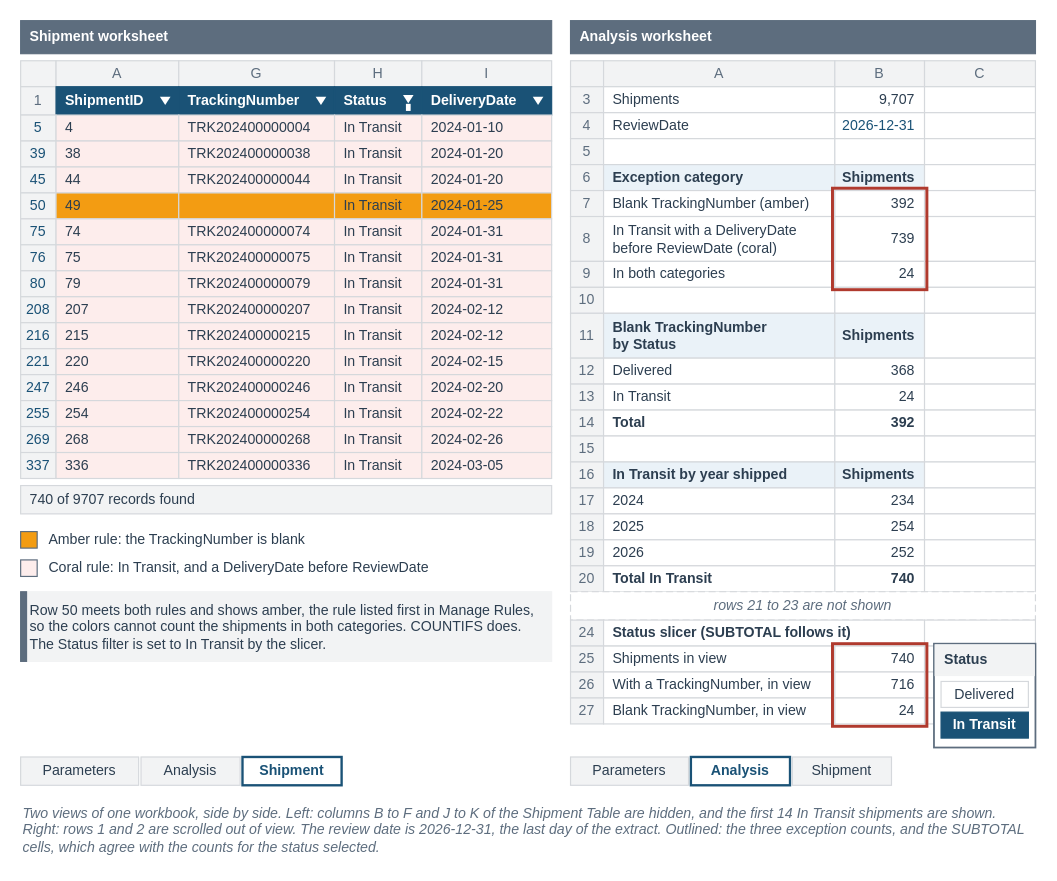
This is facts/instructor/figures/chapter-04-excel-essentials/IF-04-5-A.drawio from mmcodesso/Accounting_Analytics_Book, a draw.io file, before an edit. Source tidied: cells renumbered, new cells numbered last; positions are measured from the earlier drawing's top-left corner, leaving out a move shared by most shapes. Both pictures are drawn from the tidied source at 118%, with x=0, y=0 at pixel (20, 20).
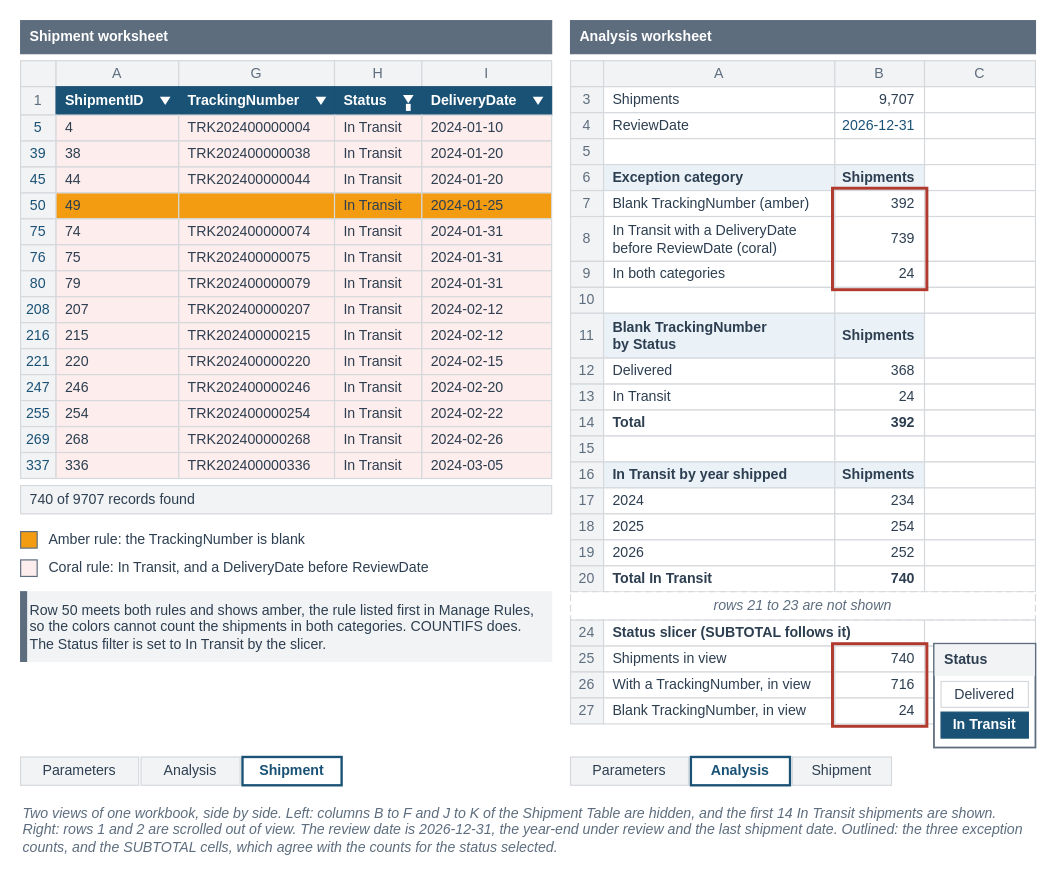
After the change.

What changed in the source:
```diff
@@
-    <mxCell id="199" value="&lt;i&gt;Two views of one workbook, side by side. Left: columns B to F and J to K of the Shipment Table are hidden, and the first 14 In Transit shipments are shown. Right: rows 1 and 2 are scrolled out of view. The review date is 2026-12-31, the last day of the extract. Outlined: the three exception counts, and the SUBTOTAL cells, which agree with the counts for the status selected.&lt;/i&gt;" style="text;html=1;whiteSpace=wrap;align=left;verticalAlign=top;fontSize=12;fontColor=#5D6D7E;fontStyle=0;fontFamily=Helvetica;spacing=2;fillColor=none;strokeColor=none;" parent="1" vertex="1">
+    <mxCell id="199" value="&lt;i&gt;Two views of one workbook, side by side. Left: columns B to F and J to K of the Shipment Table are hidden, and the first 14 In Transit shipments are shown. Right: rows 1 and 2 are scrolled out of view. The review date is 2026-12-31, the year-end under review and the last shipment date. Outlined: the three exception counts, and the SUBTOTAL cells, which agree with the counts for the status selected.&lt;/i&gt;" style="text;html=1;whiteSpace=wrap;align=left;verticalAlign=top;fontSize=12;fontColor=#5D6D7E;fontStyle=0;fontFamily=Helvetica;spacing=2;fillColor=none;strokeColor=none;" parent="1" vertex="1">
       <mxGeometry y="658" width="860" height="52" as="geometry" />
     </mxCell>
```
